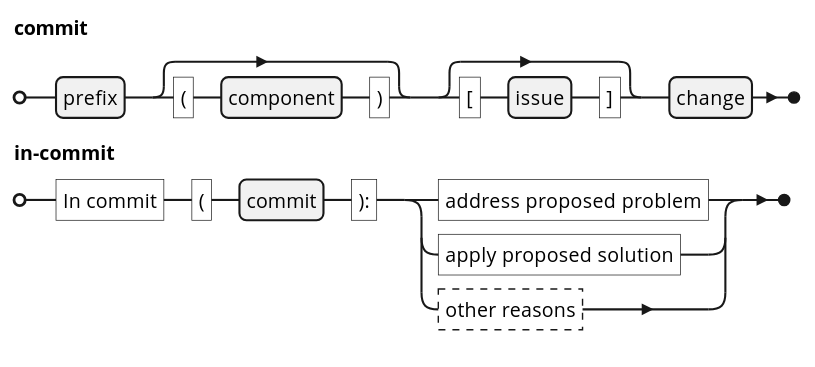
Tan630/Agolearn keeps this PlantUML diagram as media/issue-in-commit.svg. Above is the earlier version.
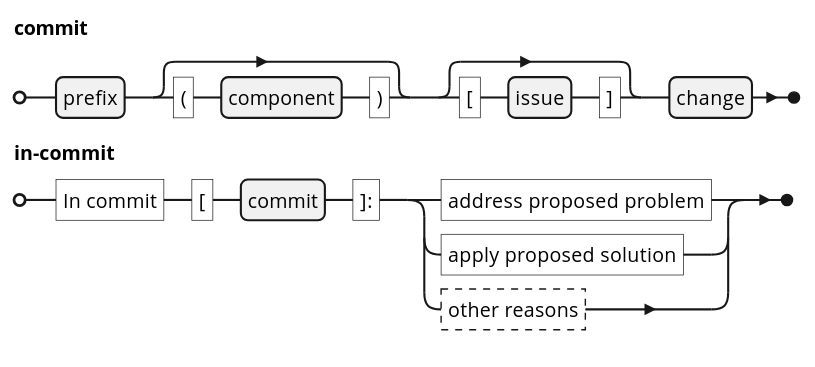
After the change.

Commit message:
doc(contributing-media): Change format of issue resolution messages, now reference commits with square brackets

Change to the diagram source:
```diff
@@ -1,5 +1,5 @@
 @startebnf
 skinparam defaultfontname "Open Sans"
 commit = prefix, ["(", component,")"], ["[", issue, "]"], change;
-in-commit = "In commit", "(", commit, "):", ("address proposed problem" | "apply proposed solution" | ?other reasons?);
+in-commit = "In commit", "[", commit, "]:", ("address proposed problem" | "apply proposed solution" | ?other reasons?);
 @endebnf
```
